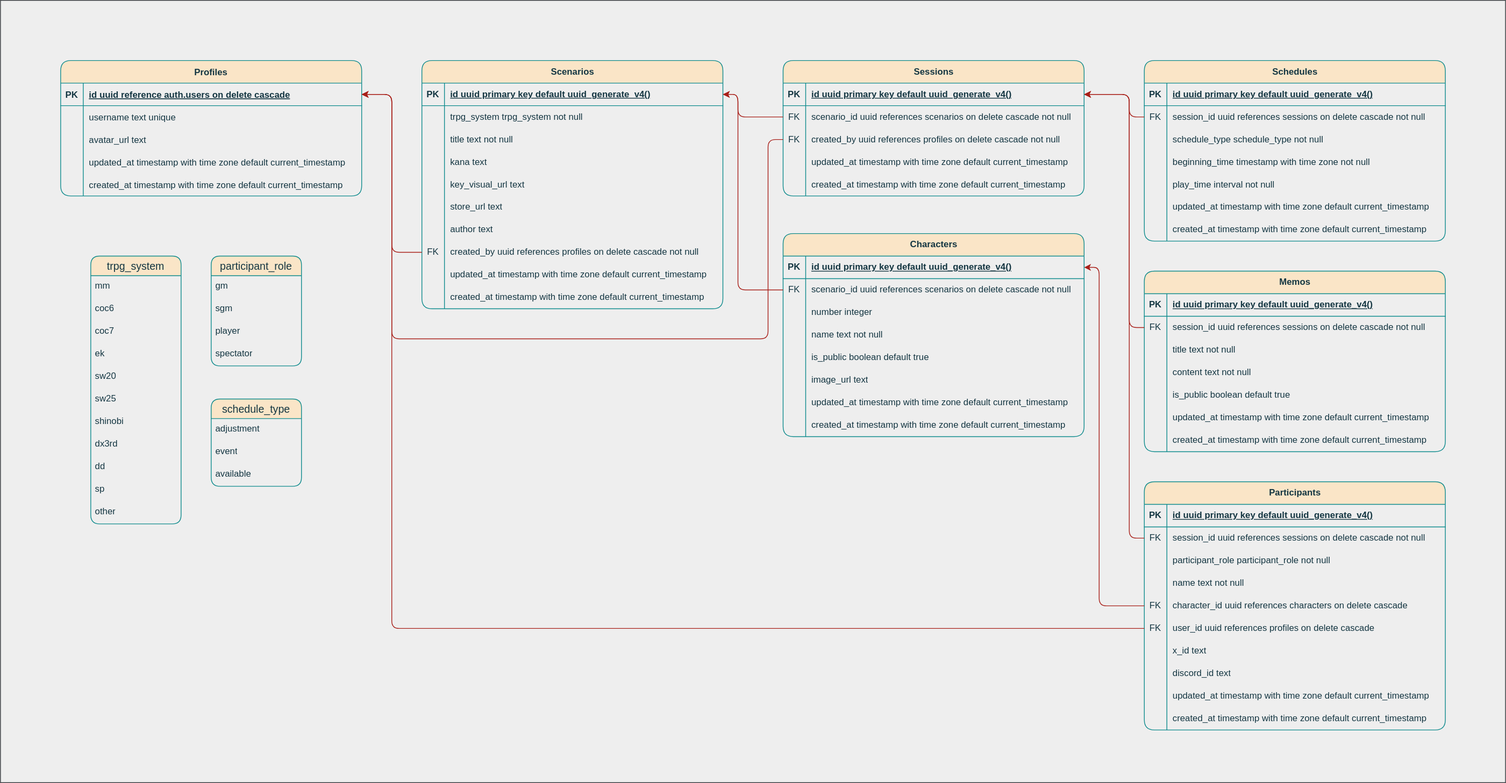
mic4dy/scenarioshelf keeps this draw.io diagram as documents/er.drawio.svg. Above is the earlier version. Source tidied: cells renumbered, new cells last; positions are measured from the earlier drawing's top-left corner, leaving out a move shared by most shapes.
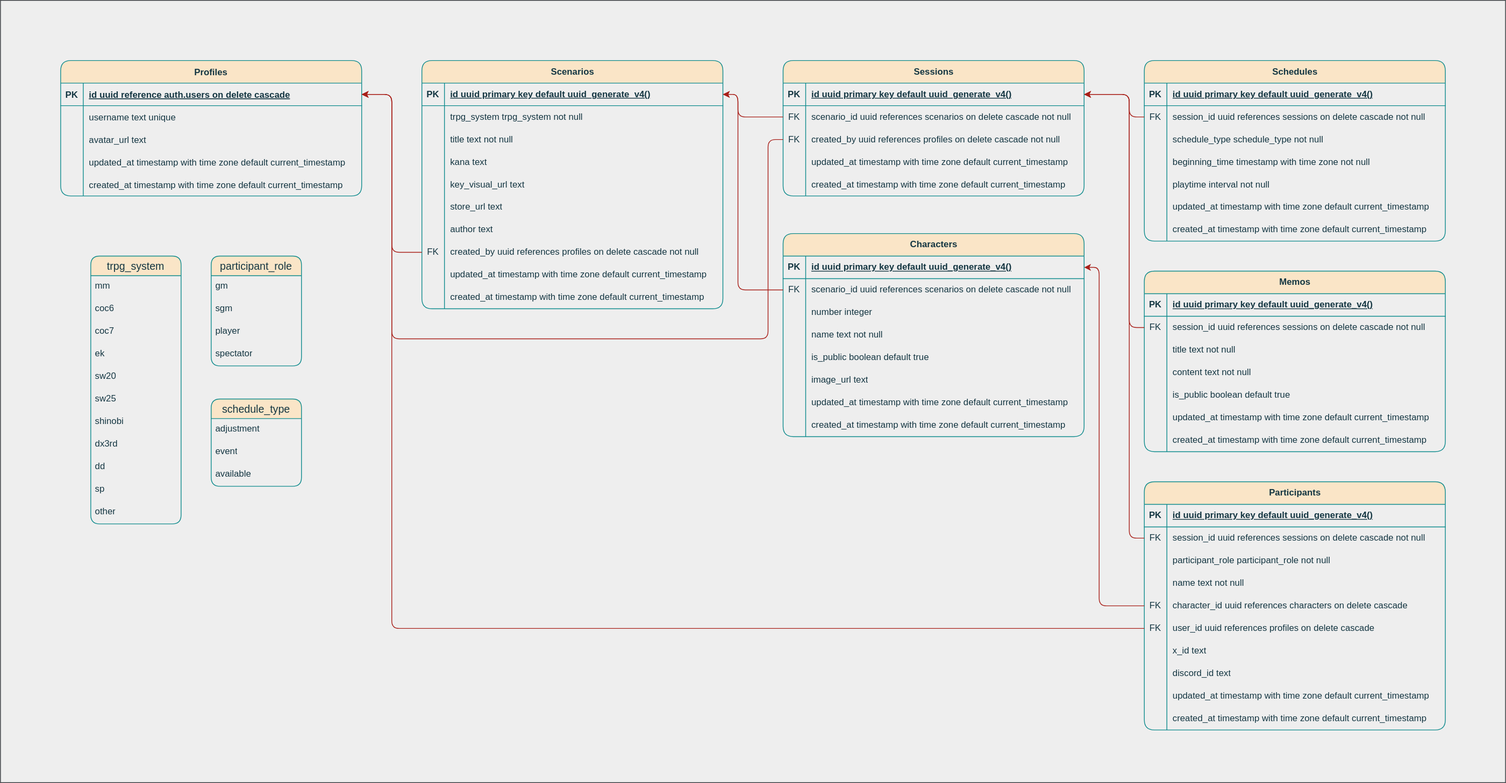
After the change.

What changed in the source:
```diff
@@ -458,7 +458,7 @@
     <mxCell id="153" style="shape=partialRectangle;fillColor=none;top=0;left=0;bottom=0;right=0;overflow=hidden;whiteSpace=wrap;html=1;rounded=1;labelBackgroundColor=none;strokeColor=#0F8B8D;fontColor=#143642;" parent="152" vertex="1">
       <mxGeometry width="30" height="30" as="geometry" />
     </mxCell>
-    <mxCell id="154" value="play_time interval not null" style="shape=partialRectangle;fillColor=none;top=0;left=0;bottom=0;right=0;align=left;spacingLeft=6;overflow=hidden;whiteSpace=wrap;html=1;rounded=1;labelBackgroundColor=none;strokeColor=#0F8B8D;fontColor=#143642;" parent="152" vertex="1">
+    <mxCell id="154" value="playtime interval not null" style="shape=partialRectangle;fillColor=none;top=0;left=0;bottom=0;right=0;align=left;spacingLeft=6;overflow=hidden;whiteSpace=wrap;html=1;rounded=1;labelBackgroundColor=none;strokeColor=#0F8B8D;fontColor=#143642;" parent="152" vertex="1">
       <mxGeometry x="30" width="370" height="30" as="geometry" />
     </mxCell>
     <mxCell id="155" style="shape=tableRow;horizontal=0;startSize=0;swimlaneHead=0;swimlaneBody=0;fillColor=none;top=0;left=0;right=0;bottom=0;rounded=1;labelBackgroundColor=none;strokeColor=#0F8B8D;fontColor=#143642;" parent="139" vertex="1">
```
